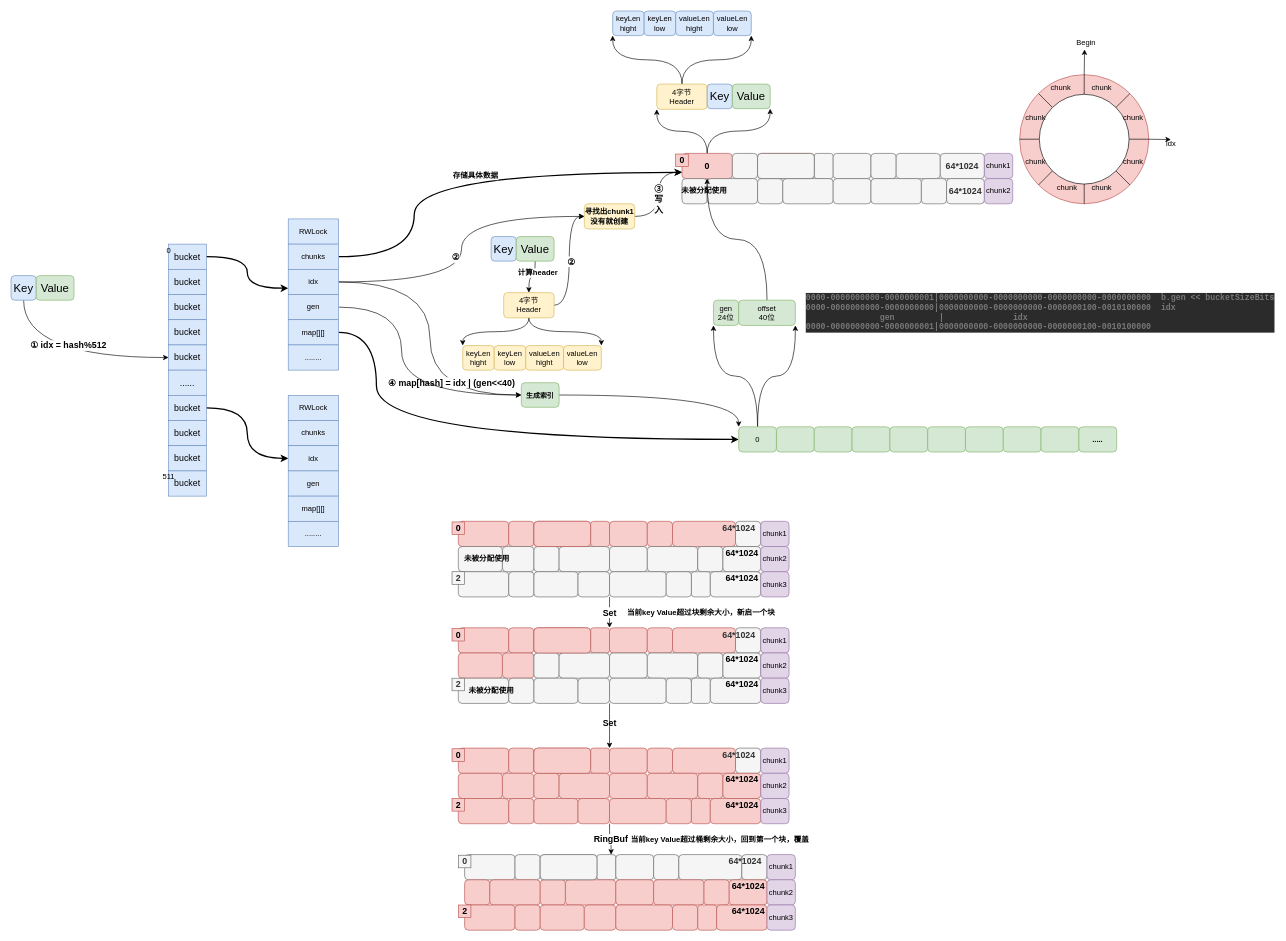
The draw.io diagram page "Set" (2 of 2) of _cache/fastCache.drawio in Zhouchaowen/Hawkeye, before the edit. Source tidied: cells renumbered, new cells numbered last; positions are measured from the earlier drawing's top-left corner, leaving out a move shared by most shapes. Both pictures are drawn from the tidied source at 63%, with x=0, y=0 at pixel (11, 11).
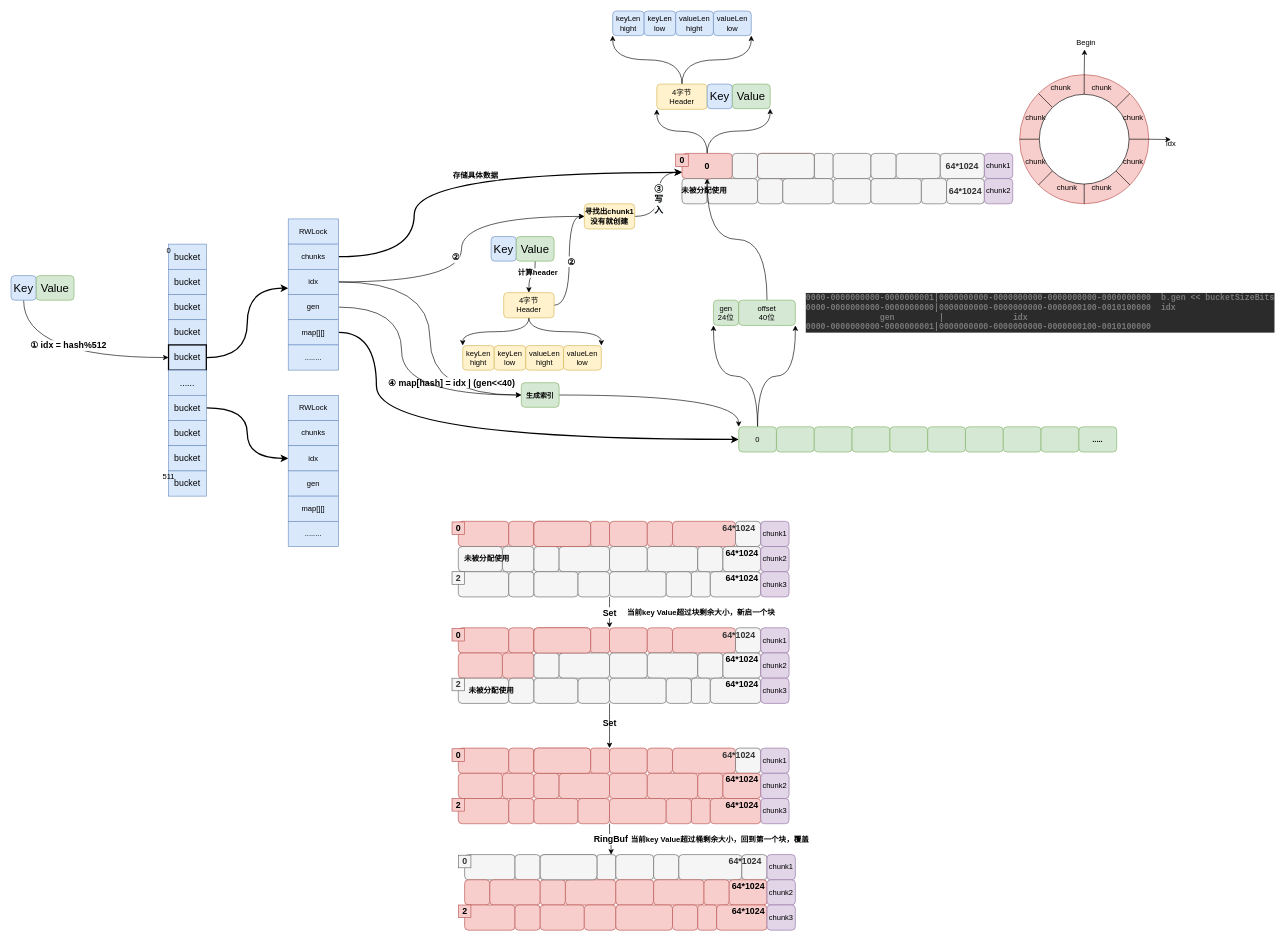
Above is the later version.

Unchanged cells that the change refers to:
```xml
<mxCell id="4" value="&lt;span style=&quot;white-space: normal&quot;&gt;&lt;font style=&quot;font-size: 14px&quot;&gt;bucket&lt;/font&gt;&lt;/span&gt;" style="rounded=0;whiteSpace=wrap;html=1;fillColor=#dae8fc;strokeColor=#6c8ebf;" parent="1" vertex="1">
  <mxGeometry x="250" y="370" width="60" height="40" as="geometry" />
</mxCell>
<mxCell id="32" value="&lt;span style=&quot;white-space: normal&quot;&gt;idx&lt;/span&gt;" style="rounded=0;whiteSpace=wrap;html=1;fillColor=#dae8fc;strokeColor=#6c8ebf;" parent="1" vertex="1">
  <mxGeometry x="440" y="410" width="80" height="40" as="geometry" />
</mxCell>
```

Diff of the diagram source:
```diff
@@
-    <mxCell id="3" style="edgeStyle=orthogonalEdgeStyle;curved=1;rounded=0;jettySize=auto;html=1;exitX=1;exitY=0.5;exitDx=0;exitDy=0;entryX=0;entryY=0.75;entryDx=0;entryDy=0;strokeWidth=2;" parent="1" edge="1" source="4" target="32">
+    <mxCell id="3" style="edgeStyle=orthogonalEdgeStyle;curved=1;rounded=0;jettySize=auto;html=1;exitX=1;exitY=0.5;exitDx=0;exitDy=0;entryX=0;entryY=0.75;entryDx=0;entryDy=0;strokeWidth=2;" parent="1" edge="1" source="13" target="32">
       <mxGeometry relative="1" as="geometry" />
     </mxCell>
@@
-    <mxCell id="13" value="&lt;span style=&quot;white-space: normal&quot;&gt;&lt;font style=&quot;font-size: 14px&quot;&gt;bucket&lt;/font&gt;&lt;/span&gt;" style="rounded=0;whiteSpace=wrap;html=1;fillColor=#dae8fc;strokeColor=#6c8ebf;" parent="1" vertex="1">
+    <mxCell id="13" value="&lt;span style=&quot;white-space: normal&quot;&gt;&lt;font style=&quot;font-size: 14px&quot;&gt;bucket&lt;/font&gt;&lt;/span&gt;" style="rounded=0;whiteSpace=wrap;html=1;fillColor=#dae8fc;strokeWidth=2;" parent="1" vertex="1">
       <mxGeometry x="250" y="530" width="60" height="40" as="geometry" />
     </mxCell>
```
